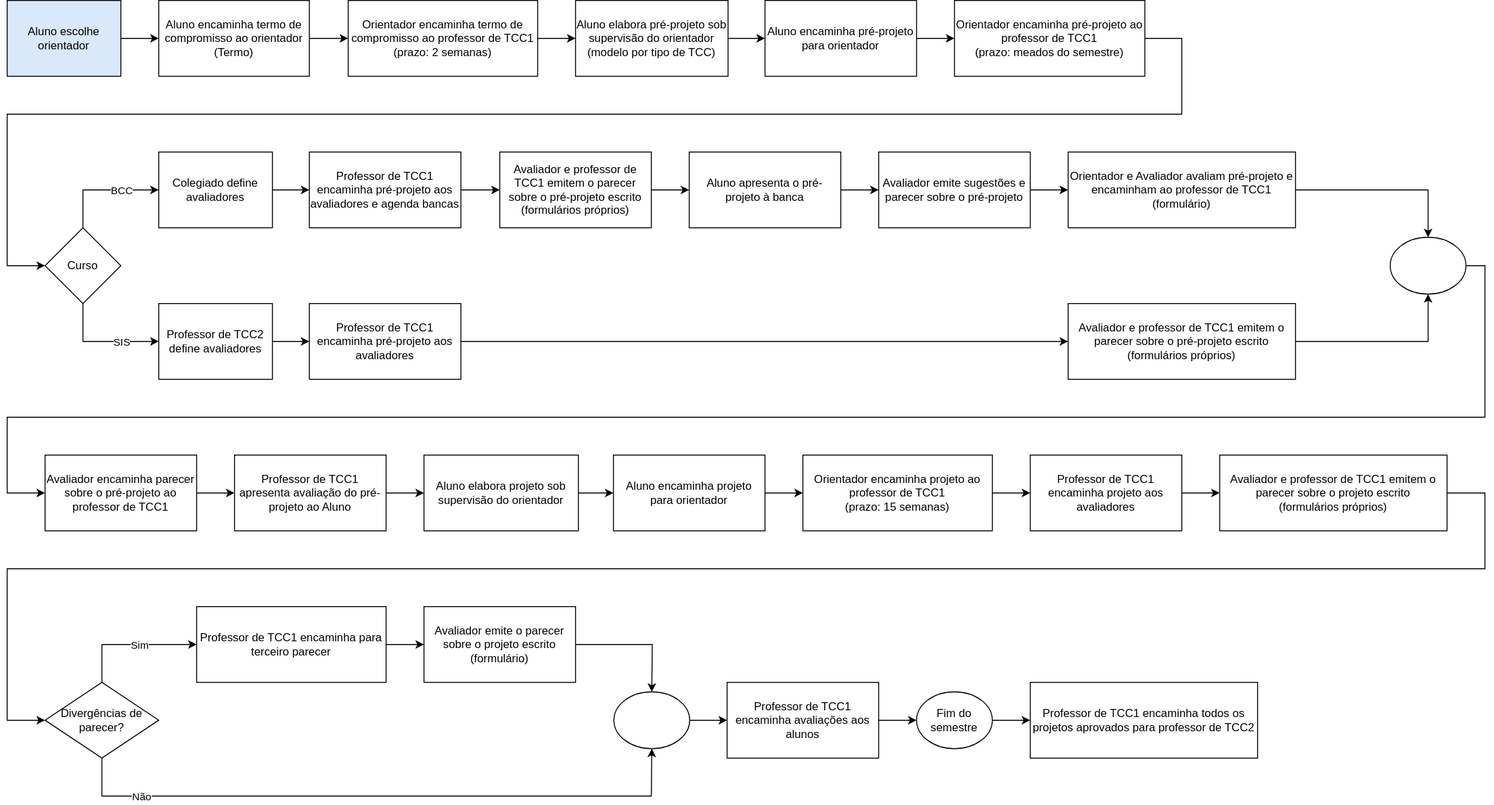
The draw.io diagram cronogramaFluxograma.drawio.svg in dalton-reis/disciplina_TCC1_Privado, before a commit. Source tidied: cells renumbered, new cells last; positions are measured from the earlier drawing's top-left corner, leaving out a move shared by most shapes.
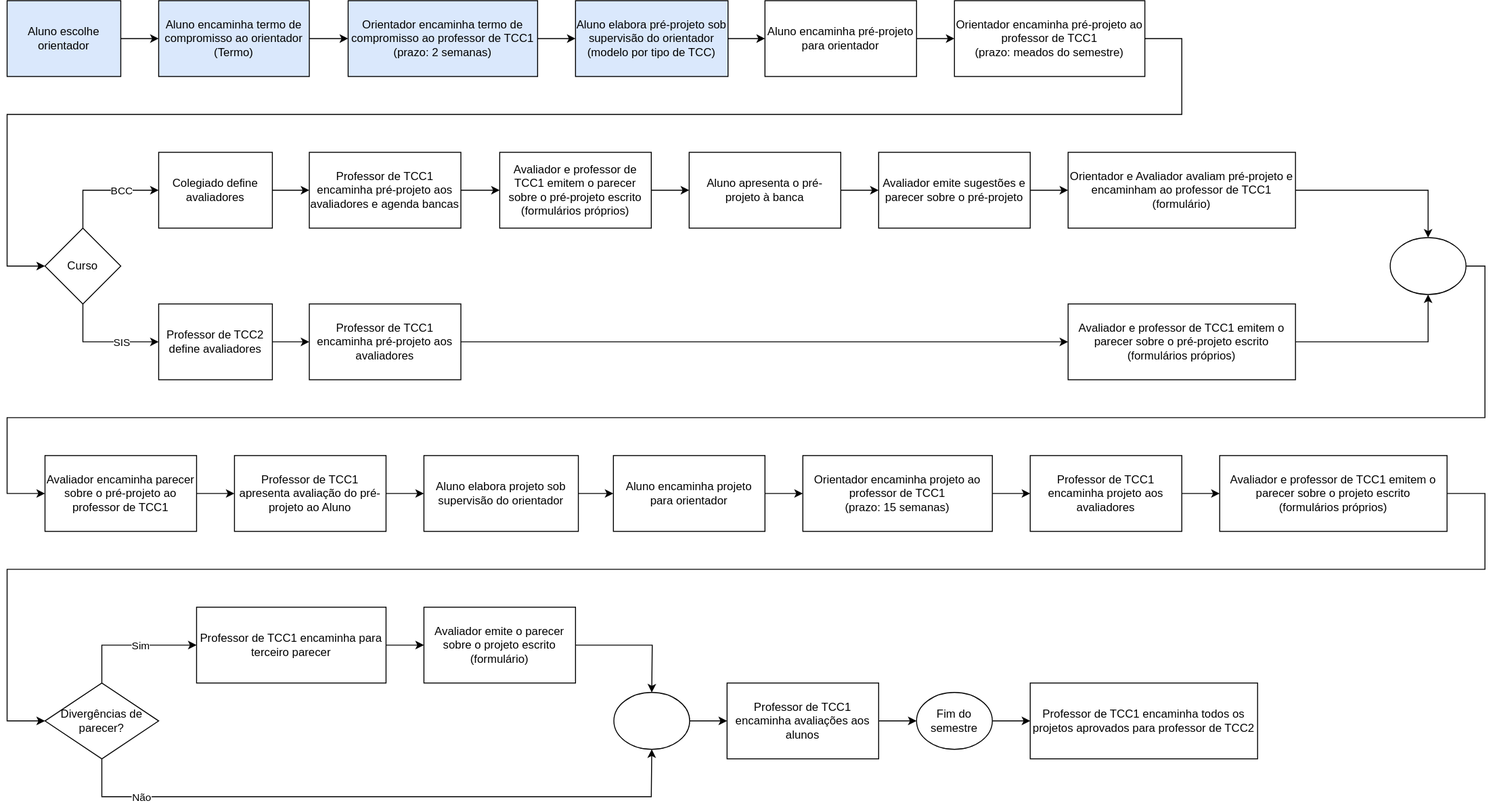
The same diagram one commit later.

Diff of the diagram source:
```diff
@@ -11,19 +11,19 @@
     <mxCell id="4" style="edgeStyle=orthogonalEdgeStyle;rounded=0;jettySize=auto;html=1;fillColor=#dae8fc;strokeColor=#000000;fontColor=#000000;" parent="1" edge="1" source="5" target="7">
       <mxGeometry relative="1" as="geometry" />
     </mxCell>
-    <mxCell id="5" value="Aluno encaminha termo de compromisso ao orientador&lt;br&gt;(Termo)" style="whiteSpace=wrap;html=1;fillColor=none;strokeColor=#000000;" parent="1" vertex="1">
+    <mxCell id="5" value="Aluno encaminha termo de compromisso ao orientador&lt;br&gt;(Termo)" style="whiteSpace=wrap;html=1;fillColor=#DAE8FC;strokeColor=#000000;" parent="1" vertex="1">
       <mxGeometry x="160" width="159" height="80" as="geometry" />
     </mxCell>
     <mxCell id="6" style="edgeStyle=orthogonalEdgeStyle;rounded=0;jettySize=auto;html=1;fillColor=#dae8fc;strokeColor=#000000;fontColor=#000000;" parent="1" edge="1" source="7" target="9">
       <mxGeometry relative="1" as="geometry" />
     </mxCell>
-    <mxCell id="7" value="Orientador encaminha termo de compromisso ao professor de TCC1&lt;br&gt;(prazo: 2 semanas)" style="whiteSpace=wrap;html=1;fillColor=none;strokeColor=#000000;" parent="1" vertex="1">
+    <mxCell id="7" value="Orientador encaminha termo de compromisso ao professor de TCC1&lt;br&gt;(prazo: 2 semanas)" style="whiteSpace=wrap;html=1;fillColor=#DAE8FC;strokeColor=#000000;" parent="1" vertex="1">
       <mxGeometry x="360" width="200" height="80" as="geometry" />
     </mxCell>
     <mxCell id="8" style="edgeStyle=orthogonalEdgeStyle;rounded=0;jettySize=auto;html=1;strokeColor=#000000;fontColor=#000000;fillColor=#dae8fc;" parent="1" edge="1" source="9" target="11">
       <mxGeometry relative="1" as="geometry" />
     </mxCell>
-    <mxCell id="9" value="Aluno elabora pré-projeto sob supervisão do orientador&lt;br&gt;(modelo por tipo de TCC)" style="whiteSpace=wrap;html=1;fillColor=none;strokeColor=#000000;" parent="1" vertex="1">
+    <mxCell id="9" value="Aluno elabora pré-projeto sob supervisão do orientador&lt;br&gt;(modelo por tipo de TCC)" style="whiteSpace=wrap;html=1;fillColor=#DAE8FC;strokeColor=#000000;" parent="1" vertex="1">
       <mxGeometry x="600" width="161" height="80" as="geometry" />
     </mxCell>
     <mxCell id="10" style="edgeStyle=orthogonalEdgeStyle;rounded=0;jettySize=auto;html=1;fillColor=#d5e8d4;strokeColor=#000000;fontColor=#000000;" parent="1" edge="1" source="11" target="13">
```
